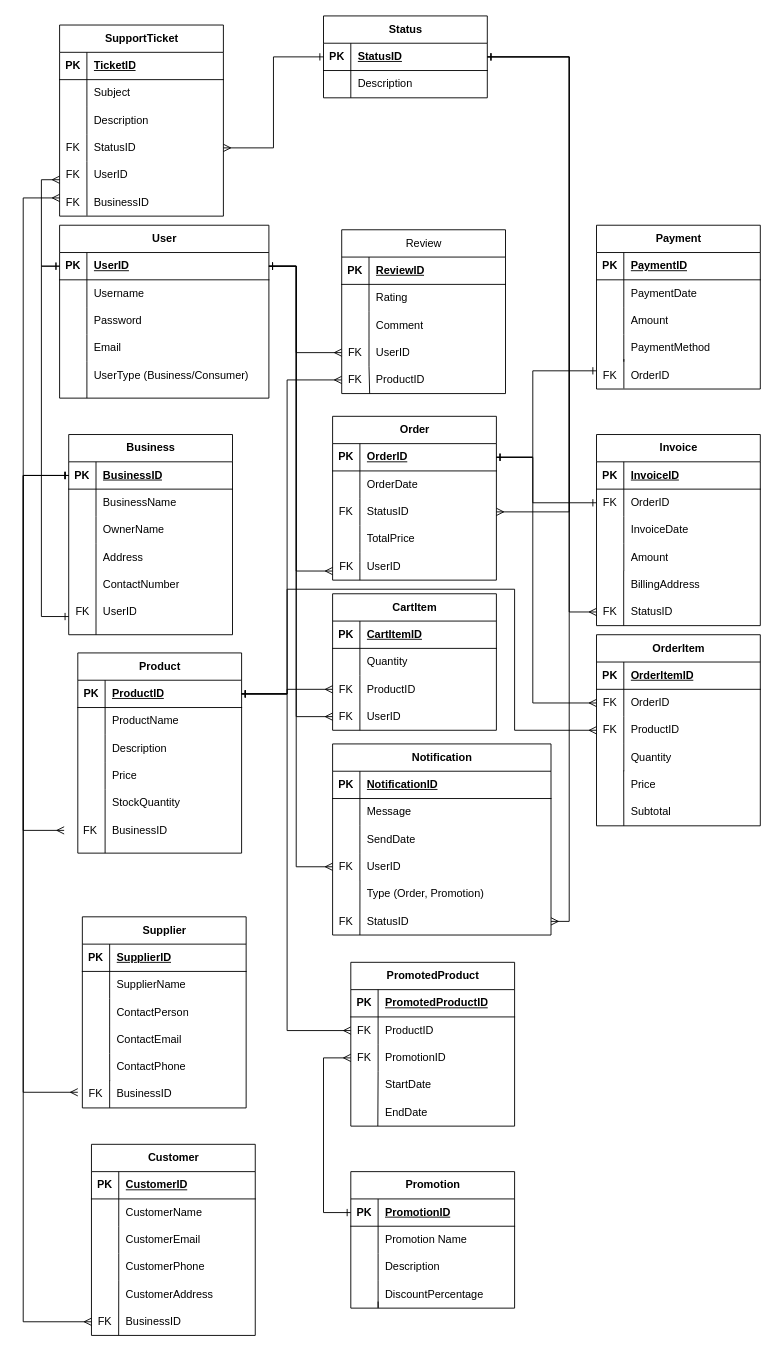
MinMinis/COS20031---Computing-Technology-Design-Project keeps this draw.io diagram as Progress Report/Initial_ERD.drawio. Above is the earlier version. Source tidied: cells renumbered, new cells numbered last; positions are measured from the earlier drawing's top-left corner, leaving out a move shared by most shapes. Both pictures are drawn from the tidied source at 91%, with x=0, y=0 at pixel (23, 15).
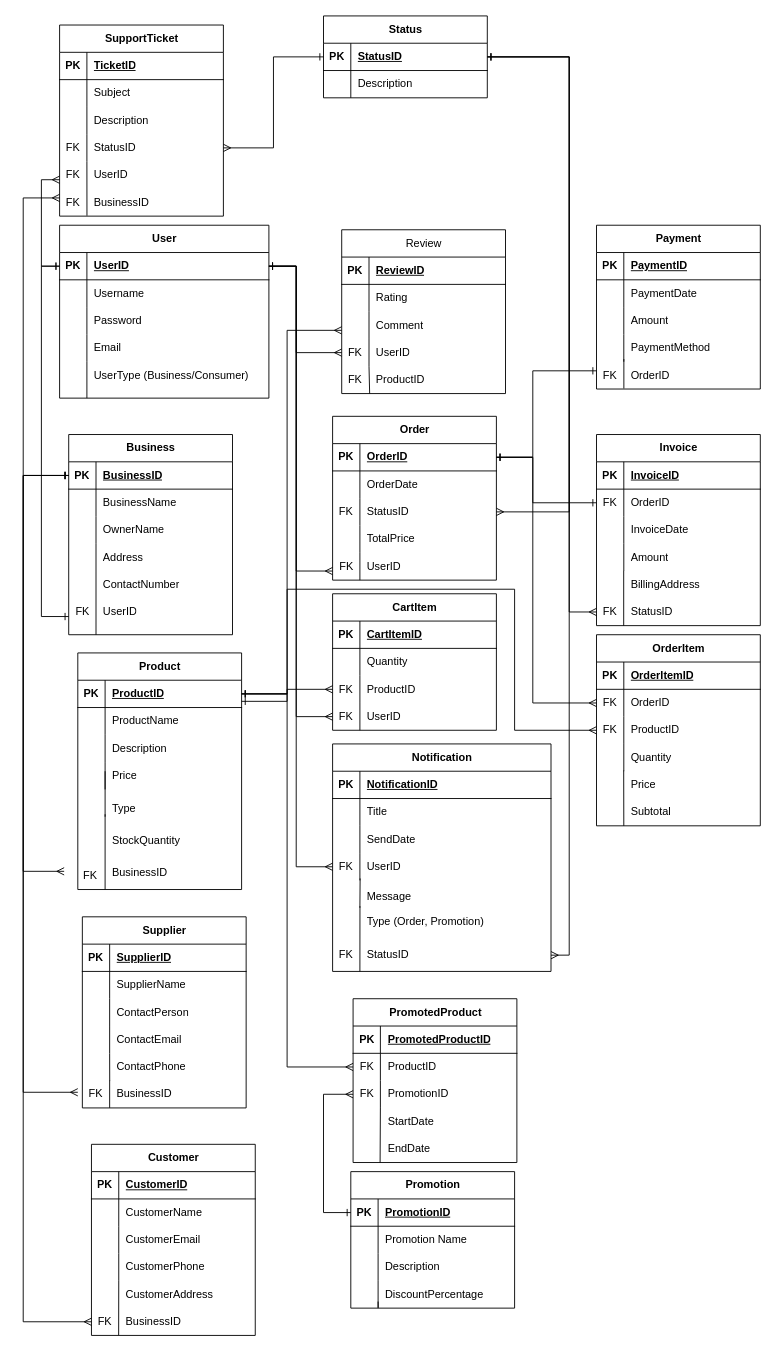
The same page after the edit.

Unchanged cells that the change refers to:
```xml
<mxCell id="26" style="shape=tableRow;horizontal=0;startSize=0;swimlaneHead=0;swimlaneBody=0;fillColor=none;points=[[0,0.5],[1,0.5]];portConstraint=eastwest;top=0;left=0;right=0;bottom=1;" parent="25" vertex="1">
  <mxGeometry y="30" width="180" height="30" as="geometry" />
</mxCell>
<mxCell id="47" style="shape=tableRow;horizontal=0;startSize=0;swimlaneHead=0;swimlaneBody=0;fillColor=none;points=[[0,0.5],[1,0.5]];portConstraint=eastwest;top=0;left=0;right=0;bottom=1;" parent="46" vertex="1">
  <mxGeometry y="30" width="180" height="30" as="geometry" />
</mxCell>
<mxCell id="206" style="shape=tableRow;horizontal=0;startSize=0;swimlaneHead=0;swimlaneBody=0;fillColor=none;points=[[0,0.5],[1,0.5]];portConstraint=eastwest;top=0;left=0;right=0;bottom=1;" parent="205" vertex="1">
  <mxGeometry y="30" width="180" height="30" as="geometry" />
</mxCell>
<mxCell id="272" style="shape=tableRow;horizontal=0;startSize=0;swimlaneHead=0;swimlaneBody=0;fillColor=none;top=0;left=0;right=0;bottom=0;" parent="268" vertex="1">
  <mxGeometry y="60" width="240" height="30" as="geometry" />
</mxCell>
<mxCell id="278" style="shape=tableRow;horizontal=0;startSize=0;swimlaneHead=0;swimlaneBody=0;fillColor=none;points=[[0,0.5],[1,0.5]];portConstraint=eastwest;top=0;left=0;right=0;bottom=0;" parent="268" vertex="1">
  <mxGeometry y="120" width="240" height="30" as="geometry" />
</mxCell>
<mxCell id="295" style="shape=tableRow;horizontal=0;startSize=0;swimlaneHead=0;swimlaneBody=0;fillColor=none;points=[[0,0.5],[1,0.5]];portConstraint=eastwest;top=0;left=0;right=0;bottom=0;" parent="291" vertex="1">
  <mxGeometry y="60" width="180" height="30" as="geometry" />
</mxCell>
<mxCell id="298" style="shape=tableRow;horizontal=0;startSize=0;swimlaneHead=0;swimlaneBody=0;fillColor=none;points=[[0,0.5],[1,0.5]];portConstraint=eastwest;top=0;left=0;right=0;bottom=0;" parent="291" vertex="1">
  <mxGeometry y="90" width="180" height="30" as="geometry" />
</mxCell>
```

The edit, as a diff of the source:
```diff
@@
     <mxCell id="41" style="group;" parent="1" vertex="1">
-      <mxGeometry x="60" y="700" width="180" height="220" as="geometry" />
+      <mxGeometry x="60" y="700" width="180" height="260" as="geometry" />
     </mxCell>
     <mxCell id="42" style="endArrow=none;html=1;rounded=0;" parent="41" edge="1">
       <mxGeometry relative="1" as="geometry">
-        <mxPoint x="30" y="220" as="sourcePoint" />
-        <mxPoint x="30" y="150" as="targetPoint" />
+        <mxPoint x="30" y="260" as="sourcePoint" />
+        <mxPoint x="30" y="177.3" as="targetPoint" />
       </mxGeometry>
     </mxCell>
     <mxCell id="43" style="group;" parent="41" vertex="1">
-      <mxGeometry width="180" height="220" as="geometry" />
+      <mxGeometry width="180" height="260" as="geometry" />
     </mxCell>
-    <mxCell id="44" value="BusinessID" style="shape=partialRectangle;fillColor=none;top=0;left=0;bottom=0;right=0;align=left;spacingLeft=6;overflow=hidden;whiteSpace=wrap;html=1;" parent="43" vertex="1">
-      <mxGeometry x="30" y="180" width="150" height="30" as="geometry" />
-    </mxCell>
     <mxCell id="45" style="group;" parent="43" vertex="1">
-      <mxGeometry x="-15" width="195" height="220" as="geometry" />
+      <mxGeometry x="-15" width="195" height="260" as="geometry" />
     </mxCell>
     <mxCell id="46" value="Product" style="shape=table;startSize=30;childLayout=tableLayout;rowLines=0;fontStyle=1;align=center;html=1;" parent="45" vertex="1">
-      <mxGeometry x="15" width="180" height="220" as="geometry" />
+      <mxGeometry x="15" width="180" height="260" as="geometry" />
     </mxCell>
@@
     <mxCell id="59" value="StockQuantity" style="shape=partialRectangle;fillColor=none;top=0;left=0;bottom=0;right=0;align=left;spacingLeft=6;overflow=hidden;whiteSpace=wrap;html=1;" parent="45" vertex="1">
-      <mxGeometry x="45" y="150" width="150" height="30" as="geometry" />
+      <mxGeometry x="45" y="189.1" width="150" height="35.5" as="geometry" />
     </mxCell>
     <mxCell id="60" value="&amp;nbsp; FK" style="text;html=1;align=center;verticalAlign=middle;points=[];strokeColor=none;fillColor=none;" parent="45" vertex="1">
-      <mxGeometry y="180" width="50" height="30" as="geometry" />
+      <mxGeometry y="230" width="50" height="30" as="geometry" />
     </mxCell>
     <mxCell id="61" style="edgeStyle=orthogonalEdgeStyle;rounded=0;jettySize=auto;html=1;startArrow=ERone;startFill=0;endArrow=ERmany;endFill=0;" parent="45" edge="1" source="47">
       <mxGeometry relative="1" as="geometry">
-        <mxPoint x="305" y="-300" as="targetPoint" />
+        <mxPoint x="305" y="-354.5" as="targetPoint" />
         <Array as="points">
-          <mxPoint x="245" y="45" />
-          <mxPoint x="245" y="-300" />
+          <mxPoint x="245" y="53.2" />
+          <mxPoint x="245" y="-354.5" />
         </Array>
       </mxGeometry>
     </mxCell>
+    <mxCell id="44" value="BusinessID" style="shape=partialRectangle;fillColor=none;top=0;left=0;bottom=0;right=0;align=left;spacingLeft=6;overflow=hidden;whiteSpace=wrap;html=1;" parent="45" vertex="1">
+      <mxGeometry x="45" y="224.5" width="150" height="35.5" as="geometry" />
+    </mxCell>
+    <mxCell id="319" value="Type" style="shape=partialRectangle;fillColor=none;top=0;left=0;bottom=0;right=0;align=left;spacingLeft=6;overflow=hidden;whiteSpace=wrap;html=1;" parent="45" vertex="1">
+      <mxGeometry x="45" y="153.6" width="150" height="35.5" as="geometry" />
+    </mxCell>
@@
     <mxCell id="157" style="edgeStyle=orthogonalEdgeStyle;rounded=0;jettySize=auto;html=1;entryX=0;entryY=0.5;entryDx=0;entryDy=0;startArrow=ERmany;startFill=0;endArrow=ERone;endFill=0;" parent="1" edge="1" source="60" target="26">
       <mxGeometry relative="1" as="geometry">
         <Array as="points">
-          <mxPoint y="895" />
+          <mxPoint y="940" />
           <mxPoint y="505" />
         </Array>
       </mxGeometry>
     </mxCell>
@@
     <mxCell id="267" style="group;" parent="1" vertex="1">
-      <mxGeometry x="340" y="800" width="240" height="210" as="geometry" />
+      <mxGeometry x="340" y="800" width="240" height="250" as="geometry" />
     </mxCell>
     <mxCell id="268" value="Notification" style="shape=table;startSize=30;childLayout=tableLayout;rowLines=0;fontStyle=1;align=center;html=1;" parent="267" vertex="1">
-      <mxGeometry width="240" height="210" as="geometry" />
+      <mxGeometry width="240" height="250" as="geometry" />
     </mxCell>
@@
-    <mxCell id="274" value="Message" style="shape=partialRectangle;fillColor=none;top=0;left=0;bottom=0;right=0;align=left;spacingLeft=6;overflow=hidden;whiteSpace=wrap;html=1;" parent="272" vertex="1">
+    <mxCell id="274" value="Title" style="shape=partialRectangle;fillColor=none;top=0;left=0;bottom=0;right=0;align=left;spacingLeft=6;overflow=hidden;whiteSpace=wrap;html=1;" parent="272" vertex="1">
       <mxGeometry x="30" width="210" height="30" as="geometry" />
     </mxCell>
@@
     <mxCell id="281" style="shape=tableRow;horizontal=0;startSize=0;swimlaneHead=0;swimlaneBody=0;fillColor=none;points=[[0,0.5],[1,0.5]];portConstraint=eastwest;top=0;left=0;right=0;bottom=0;" parent="267" vertex="1">
-      <mxGeometry y="150" width="180" height="30" as="geometry" />
+      <mxGeometry y="178.6" width="180" height="35.7" as="geometry" />
     </mxCell>
     <mxCell id="282" style="shape=partialRectangle;fillColor=none;top=0;left=0;bottom=0;right=0;overflow=hidden;whiteSpace=wrap;html=1;" parent="281" vertex="1">
-      <mxGeometry width="30" height="30" as="geometry" />
+      <mxGeometry width="30" height="35.7" as="geometry" />
     </mxCell>
     <mxCell id="283" value="Type (Order, Promotion)" style="shape=partialRectangle;fillColor=none;top=0;left=0;bottom=0;right=0;align=left;spacingLeft=6;overflow=hidden;whiteSpace=wrap;html=1;" parent="281" vertex="1">
-      <mxGeometry x="30" width="150" height="30" as="geometry" />
+      <mxGeometry x="30" width="150" height="35.7" as="geometry" />
     </mxCell>
     <mxCell id="284" style="shape=tableRow;horizontal=0;startSize=0;swimlaneHead=0;swimlaneBody=0;fillColor=none;points=[[0,0.5],[1,0.5]];portConstraint=eastwest;top=0;left=0;right=0;bottom=0;" parent="267" vertex="1">
-      <mxGeometry y="180" width="240" height="30" as="geometry" />
+      <mxGeometry y="214.3" width="240" height="35.7" as="geometry" />
     </mxCell>
     <mxCell id="285" value="FK" style="shape=partialRectangle;fillColor=none;top=0;left=0;bottom=0;right=0;overflow=hidden;whiteSpace=wrap;html=1;" parent="284" vertex="1">
-      <mxGeometry width="30" height="30" as="geometry" />
+      <mxGeometry width="30" height="35.7" as="geometry" />
     </mxCell>
     <mxCell id="286" value="StatusID" style="shape=partialRectangle;fillColor=none;top=0;left=0;bottom=0;right=0;align=left;spacingLeft=6;overflow=hidden;whiteSpace=wrap;html=1;" parent="284" vertex="1">
-      <mxGeometry x="30" width="210" height="30" as="geometry" />
+      <mxGeometry x="30" width="210" height="35.7" as="geometry" />
     </mxCell>
     <mxCell id="287" style="endArrow=none;html=1;rounded=0;entryX=0.167;entryY=-0.007;entryDx=0;entryDy=0;entryPerimeter=0;" parent="267" edge="1" target="281">
       <mxGeometry relative="1" as="geometry">
-        <mxPoint x="30" y="210" as="sourcePoint" />
+        <mxPoint x="30" y="250" as="sourcePoint" />
       </mxGeometry>
     </mxCell>
+    <mxCell id="320" value="Message" style="shape=partialRectangle;fillColor=none;top=0;left=0;bottom=0;right=0;align=left;spacingLeft=6;overflow=hidden;whiteSpace=wrap;html=1;" parent="267" vertex="1">
+      <mxGeometry x="30" y="150" width="150" height="35.7" as="geometry" />
+    </mxCell>
     <mxCell id="288" style="edgeStyle=orthogonalEdgeStyle;rounded=0;jettySize=auto;html=1;entryX=0;entryY=0.5;entryDx=0;entryDy=0;startArrow=ERone;startFill=0;endArrow=ERmany;endFill=0;" parent="1" edge="1" source="47" target="295">
       <mxGeometry relative="1" as="geometry">
         <Array as="points">
           <mxPoint x="290" y="745" />
-          <mxPoint x="290" y="1115" />
+          <mxPoint x="290" y="1155" />
         </Array>
       </mxGeometry>
     </mxCell>
     <mxCell id="289" style="edgeStyle=orthogonalEdgeStyle;rounded=0;jettySize=auto;html=1;entryX=0;entryY=0.5;entryDx=0;entryDy=0;startArrow=ERone;startFill=0;endArrow=ERmany;endFill=0;" parent="1" edge="1" source="206" target="298">
       <mxGeometry relative="1" as="geometry">
         <Array as="points">
           <mxPoint x="330" y="1315" />
-          <mxPoint x="330" y="1145" />
+          <mxPoint x="330" y="1185" />
         </Array>
       </mxGeometry>
     </mxCell>
     <mxCell id="290" style="group;" parent="1" vertex="1">
-      <mxGeometry x="360" y="1040" width="180" height="180" as="geometry" />
+      <mxGeometry x="362.5" y="1080" width="180" height="180" as="geometry" />
     </mxCell>
@@
+    <mxCell id="321" style="endArrow=none;html=1;rounded=0;entryX=0.126;entryY=0.927;entryDx=0;entryDy=0;entryPerimeter=0;" parent="1" edge="1" target="278">
+      <mxGeometry relative="1" as="geometry">
+        <mxPoint x="370" y="980" as="sourcePoint" />
+      </mxGeometry>
+    </mxCell>
+    <mxCell id="322" style="endArrow=none;html=1;rounded=0;" parent="1" edge="1">
+      <mxGeometry relative="1" as="geometry">
+        <mxPoint x="90" y="880" as="sourcePoint" />
+        <mxPoint x="90" y="830" as="targetPoint" />
+      </mxGeometry>
+    </mxCell>
```
